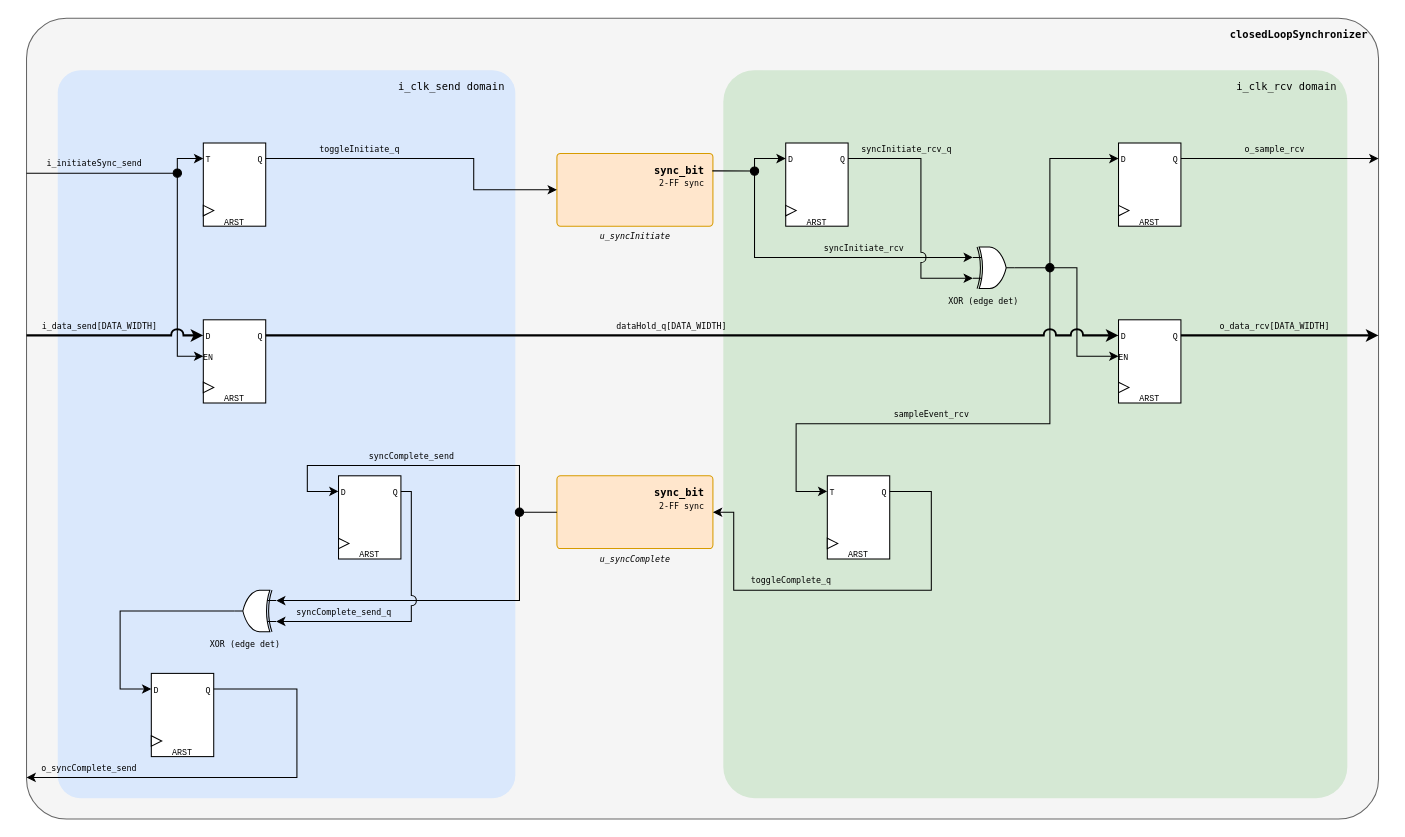
Above: examples/closedLoopSynchronizer/closedLoopSynchronizer.drawio in tms4517/drawio_ai_schematic (draw.io), before the change. Source tidied: cells renumbered, new cells numbered last; positions are measured from the earlier drawing's top-left corner, leaving out a move shared by most shapes. Both pictures are drawn from the tidied source at 104%, with x=0, y=0 at pixel (26, 18).
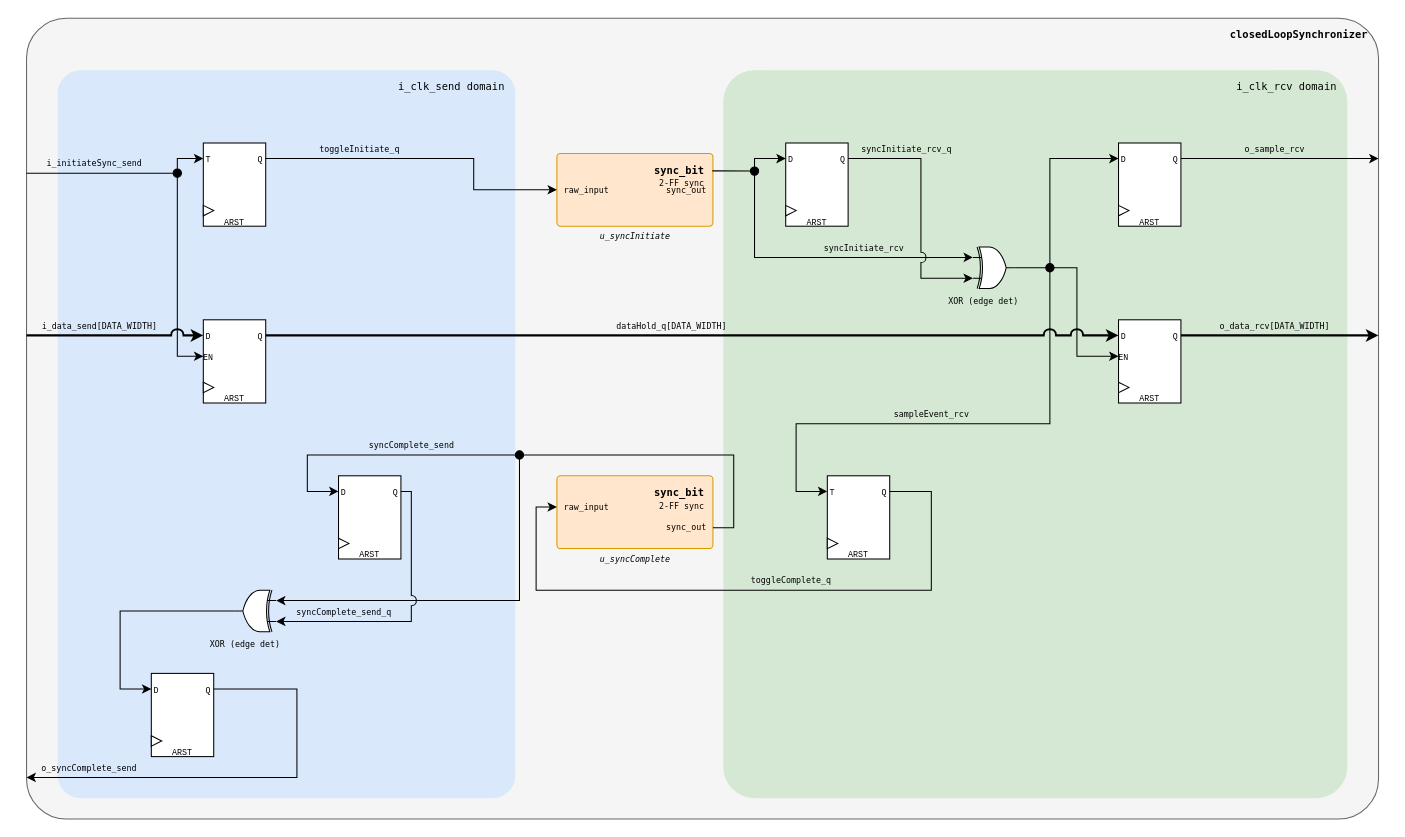
Above is the later version.

Commit message (it also covers changes not shown here):
Add checks for submodule port labeling and edge connection rules in diagram verification

Change to the diagram source:
```diff
@@
+    <mxCell id="95" value="raw_input" style="text;html=1;fontFamily=monospace;fontSize=8;align=left;verticalAlign=middle;labelBackgroundColor=none;" parent="1" vertex="1">
+      <mxGeometry x="515" y="160" width="56" height="11" as="geometry" />
+    </mxCell>
+    <mxCell id="96" value="sync_out" style="text;html=1;fontFamily=monospace;fontSize=8;align=right;verticalAlign=middle;labelBackgroundColor=none;" parent="1" vertex="1">
+      <mxGeometry x="599" y="160" width="56" height="11" as="geometry" />
+    </mxCell>
@@
+    <mxCell id="97" value="raw_input" style="text;html=1;fontFamily=monospace;fontSize=8;align=left;verticalAlign=middle;labelBackgroundColor=none;" parent="1" vertex="1">
+      <mxGeometry x="515" y="464" width="56" height="11" as="geometry" />
+    </mxCell>
+    <mxCell id="98" value="sync_out" style="text;html=1;fontFamily=monospace;fontSize=8;align=right;verticalAlign=middle;labelBackgroundColor=none;" parent="1" vertex="1">
+      <mxGeometry x="599" y="484" width="56" height="11" as="geometry" />
+    </mxCell>
@@
     <mxCell id="58" style="ellipse;fillColor=#000000;strokeColor=#000000;" parent="1" vertex="1">
-      <mxGeometry x="470" y="471" width="8" height="8" as="geometry" />
+      <mxGeometry x="470" y="416" width="8" height="8" as="geometry" />
     </mxCell>
@@
     <mxCell id="75" style="edgeStyle=orthogonalEdgeStyle;rounded=0;html=1;endArrow=classic;startArrow=none;jumpStyle=arc;jumpSize=10;" parent="1" edge="1">
       <mxGeometry relative="1" as="geometry">
         <mxPoint x="830" y="455" as="sourcePoint" />
-        <mxPoint x="660" y="475" as="targetPoint" />
+        <mxPoint x="510" y="470" as="targetPoint" />
         <Array as="points">
           <mxPoint x="870" y="455" />
           <mxPoint x="870" y="550" />
-          <mxPoint x="680" y="550" />
-          <mxPoint x="680" y="475" />
+          <mxPoint x="490" y="550" />
+          <mxPoint x="490" y="470" />
         </Array>
       </mxGeometry>
     </mxCell>
     <mxCell id="76" style="edgeStyle=orthogonalEdgeStyle;rounded=0;html=1;endArrow=none;startArrow=none;jumpStyle=arc;jumpSize=10;" parent="1" edge="1">
       <mxGeometry relative="1" as="geometry">
-        <mxPoint x="510" y="475" as="sourcePoint" />
-        <mxPoint x="474" y="475" as="targetPoint" />
+        <mxPoint x="660" y="490" as="sourcePoint" />
+        <mxPoint x="474" y="420" as="targetPoint" />
+        <Array as="points">
+          <mxPoint x="680" y="490" />
+          <mxPoint x="680" y="420" />
+        </Array>
       </mxGeometry>
     </mxCell>
     <mxCell id="77" style="edgeStyle=orthogonalEdgeStyle;rounded=0;html=1;endArrow=classic;startArrow=none;jumpStyle=arc;jumpSize=10;" parent="1" edge="1">
       <mxGeometry relative="1" as="geometry">
-        <mxPoint x="474" y="475" as="sourcePoint" />
+        <mxPoint x="474" y="420" as="sourcePoint" />
         <mxPoint x="300" y="455" as="targetPoint" />
         <Array as="points">
-          <mxPoint x="474" y="430" />
-          <mxPoint x="270" y="430" />
+          <mxPoint x="270" y="420" />
           <mxPoint x="270" y="455" />
         </Array>
       </mxGeometry>
     </mxCell>
     <mxCell id="78" style="edgeStyle=orthogonalEdgeStyle;rounded=0;html=1;endArrow=classic;startArrow=none;jumpStyle=arc;jumpSize=10;" parent="1" edge="1">
       <mxGeometry relative="1" as="geometry">
-        <mxPoint x="474" y="475" as="sourcePoint" />
+        <mxPoint x="474" y="420" as="sourcePoint" />
         <mxPoint x="240" y="560" as="targetPoint" />
         <Array as="points">
           <mxPoint x="474" y="560" />
         </Array>
       </mxGeometry>
     </mxCell>
@@
     <mxCell id="92" value="syncComplete_send" style="text;html=1;fontFamily=monospace;fontSize=8;align=center;verticalAlign=middle;labelBackgroundColor=none;" parent="1" vertex="1">
-      <mxGeometry x="325.4" y="415" width="89.3" height="12" as="geometry" />
+      <mxGeometry x="325.4" y="405" width="89.3" height="12" as="geometry" />
     </mxCell>
```
